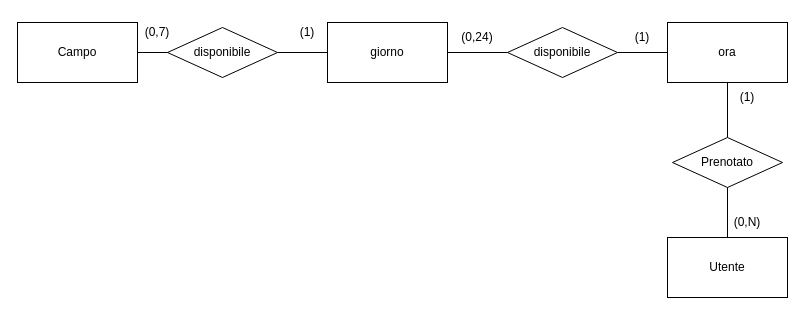
The draw.io diagram uml.drawio in simplayy/PrenotaCampo, before the edit. Source tidied: cells renumbered, new cells numbered last; positions are measured from the earlier drawing's top-left corner, leaving out a move shared by most shapes. Both pictures are drawn from the tidied source at 100%, with x=0, y=0 at pixel (17, 17).
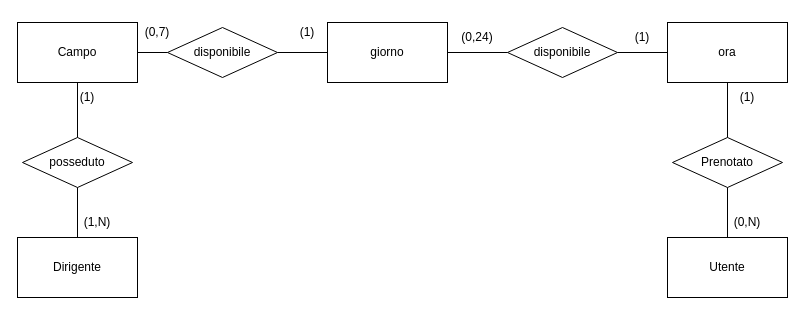
The same diagram, later.

The change refers to these unchanged cells:
```xml
<mxCell id="2" value="Campo" style="rounded=0;whiteSpace=wrap;html=1;" parent="1" vertex="1">
  <mxGeometry y="5" width="120" height="60" as="geometry" />
</mxCell>
```

Diff of the diagram source:
```diff
@@
+    <mxCell id="21" value="Dirigente" style="rounded=0;whiteSpace=wrap;html=1;" parent="1" vertex="1">
+      <mxGeometry y="220" width="120" height="60" as="geometry" />
+    </mxCell>
+    <mxCell id="22" value="posseduto" style="rhombus;whiteSpace=wrap;html=1;" parent="1" vertex="1">
+      <mxGeometry x="5" y="120" width="110" height="50" as="geometry" />
+    </mxCell>
+    <mxCell id="23" style="endArrow=none;html=1;rounded=0;exitX=0.5;exitY=1;exitDx=0;exitDy=0;entryX=0.5;entryY=0;entryDx=0;entryDy=0;" parent="1" edge="1" source="2" target="22">
+      <mxGeometry relative="1" as="geometry" />
+    </mxCell>
+    <mxCell id="24" style="endArrow=none;html=1;rounded=0;exitX=0.5;exitY=0;exitDx=0;exitDy=0;entryX=0.5;entryY=1;entryDx=0;entryDy=0;" parent="1" edge="1" source="21" target="22">
+      <mxGeometry relative="1" as="geometry" />
+    </mxCell>
+    <mxCell id="25" value="(1,N)" style="text;html=1;strokeColor=none;fillColor=none;align=center;verticalAlign=middle;whiteSpace=wrap;rounded=0;" parent="1" vertex="1">
+      <mxGeometry x="50" y="190" width="60" height="30" as="geometry" />
+    </mxCell>
+    <mxCell id="26" value="(1)" style="text;html=1;strokeColor=none;fillColor=none;align=center;verticalAlign=middle;whiteSpace=wrap;rounded=0;" parent="1" vertex="1">
+      <mxGeometry x="40" y="65" width="60" height="30" as="geometry" />
+    </mxCell>
```
